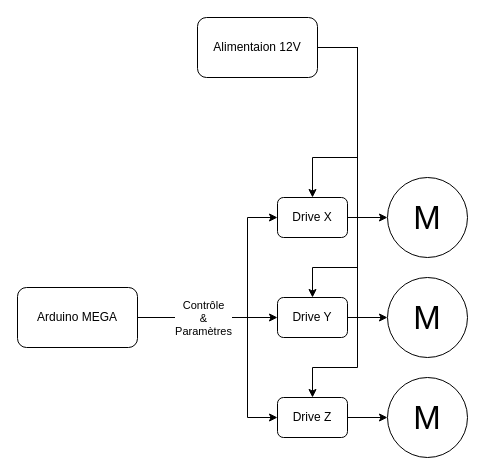
Above: GROchet_Bloc_Diagram.drawio in GROchet/GROchet_PCB (draw.io), before the change. Source tidied: cells renumbered, new cells numbered last; positions are measured from the earlier drawing's top-left corner, leaving out a move shared by most shapes. Both pictures are drawn from the tidied source at 100%, with x=0, y=0 at pixel (17, 17).
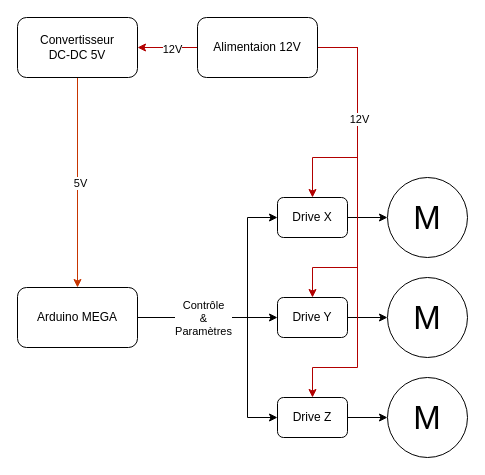
The same page after the edit.

Unchanged cells that the change refers to:
```xml
<mxCell id="6" value="Arduino MEGA" style="rounded=1;whiteSpace=wrap;html=1;" parent="1" vertex="1">
  <mxGeometry y="270" width="120" height="60" as="geometry" />
</mxCell>
<mxCell id="8" value="Drive X" style="rounded=1;whiteSpace=wrap;html=1;" parent="1" vertex="1">
  <mxGeometry x="260" y="180" width="70" height="40" as="geometry" />
</mxCell>
<mxCell id="11" value="Drive Y" style="rounded=1;whiteSpace=wrap;html=1;" parent="1" vertex="1">
  <mxGeometry x="260" y="280" width="70" height="40" as="geometry" />
</mxCell>
<mxCell id="14" value="Drive Z" style="rounded=1;whiteSpace=wrap;html=1;" parent="1" vertex="1">
  <mxGeometry x="260" y="380" width="70" height="40" as="geometry" />
</mxCell>
<mxCell id="19" value="Alimentaion 12V" style="rounded=1;whiteSpace=wrap;html=1;" parent="1" vertex="1">
  <mxGeometry x="180" width="120" height="60" as="geometry" />
</mxCell>
```

Change to the diagram source:
```diff
@@
-    <mxCell id="16" style="edgeStyle=orthogonalEdgeStyle;rounded=0;jettySize=auto;html=1;" parent="1" edge="1" source="19" target="8">
+    <mxCell id="16" style="edgeStyle=orthogonalEdgeStyle;rounded=0;jettySize=auto;html=1;fillColor=#e51400;strokeColor=#B20000;" parent="1" edge="1" source="19" target="8">
       <mxGeometry relative="1" as="geometry">
         <Array as="points">
           <mxPoint x="340" y="30" />
           <mxPoint x="340" y="140" />
           <mxPoint x="295" y="140" />
         </Array>
       </mxGeometry>
     </mxCell>
-    <mxCell id="17" style="edgeStyle=orthogonalEdgeStyle;rounded=0;jettySize=auto;html=1;entryX=0.5;entryY=0;entryDx=0;entryDy=0;" parent="1" edge="1" source="19" target="11">
+    <mxCell id="17" style="edgeStyle=orthogonalEdgeStyle;rounded=0;jettySize=auto;html=1;entryX=0.5;entryY=0;entryDx=0;entryDy=0;fillColor=#e51400;strokeColor=#B20000;" parent="1" edge="1" source="19" target="11">
       <mxGeometry relative="1" as="geometry">
         <Array as="points">
           <mxPoint x="340" y="30" />
           <mxPoint x="340" y="250" />
           <mxPoint x="295" y="250" />
         </Array>
       </mxGeometry>
     </mxCell>
-    <mxCell id="18" style="edgeStyle=orthogonalEdgeStyle;rounded=0;jettySize=auto;html=1;entryX=0.5;entryY=0;entryDx=0;entryDy=0;" parent="1" edge="1" source="19" target="14">
+    <mxCell id="18" style="edgeStyle=orthogonalEdgeStyle;rounded=0;jettySize=auto;html=1;entryX=0.5;entryY=0;entryDx=0;entryDy=0;fillColor=#e51400;strokeColor=#B20000;" parent="1" edge="1" source="19" target="14">
       <mxGeometry relative="1" as="geometry">
         <Array as="points">
           <mxPoint x="340" y="30" />
           <mxPoint x="340" y="350" />
           <mxPoint x="295" y="350" />
         </Array>
       </mxGeometry>
     </mxCell>
+    <mxCell id="20" value="12V" style="edgeLabel;html=1;align=center;verticalAlign=middle;" parent="18" vertex="1">
+      <mxGeometry x="-0.49" y="1" relative="1" as="geometry" />
+    </mxCell>
+    <mxCell id="21" style="edgeStyle=orthogonalEdgeStyle;rounded=0;jettySize=auto;html=1;fillColor=#e51400;strokeColor=#B20000;" parent="1" edge="1" source="19" target="25">
+      <mxGeometry relative="1" as="geometry" />
+    </mxCell>
+    <mxCell id="22" value="12V" style="edgeLabel;html=1;align=center;verticalAlign=middle;" parent="21" vertex="1">
+      <mxGeometry x="-0.15" y="1" relative="1" as="geometry" />
+    </mxCell>
@@
+    <mxCell id="23" style="edgeStyle=orthogonalEdgeStyle;rounded=0;jettySize=auto;html=1;entryX=0.5;entryY=0;entryDx=0;entryDy=0;fillColor=#fa6800;strokeColor=#C73500;" parent="1" edge="1" source="25" target="6">
+      <mxGeometry relative="1" as="geometry" />
+    </mxCell>
+    <mxCell id="24" value="5V" style="edgeLabel;html=1;align=center;verticalAlign=middle;" parent="23" vertex="1">
+      <mxGeometry y="2" relative="1" as="geometry" />
+    </mxCell>
+    <mxCell id="25" value="&lt;div&gt;Convertisseur&lt;/div&gt;&lt;div&gt;DC-DC 5V&lt;/div&gt;" style="rounded=1;whiteSpace=wrap;html=1;" parent="1" vertex="1">
+      <mxGeometry width="120" height="60" as="geometry" />
+    </mxCell>
```
